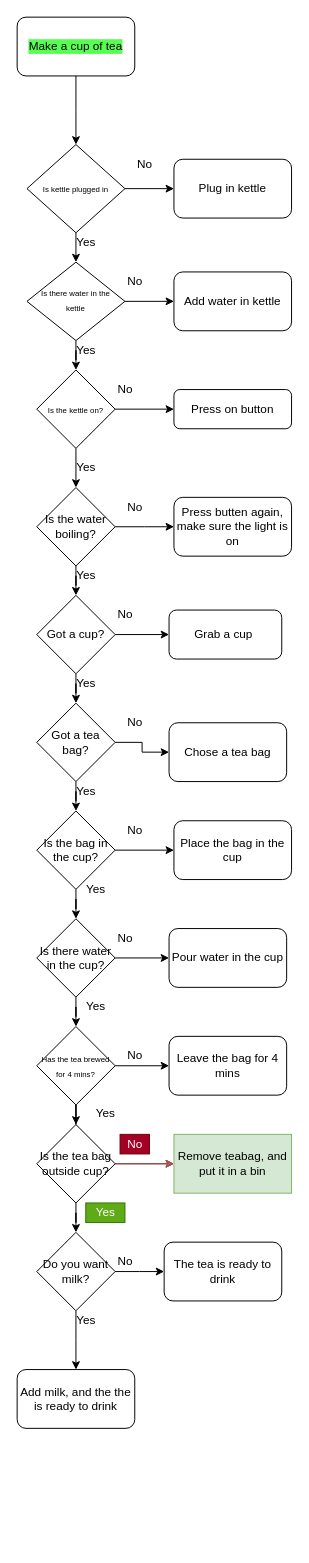
Above: Untitled Diagram.drawio in shic0/Flowchart (draw.io), before the change. Source tidied: cells renumbered, new cells numbered last; positions are measured from the earlier drawing's top-left corner, leaving out a move shared by most shapes. Both pictures are drawn from the tidied source at 98%, with x=0, y=0 at pixel (17, 17).
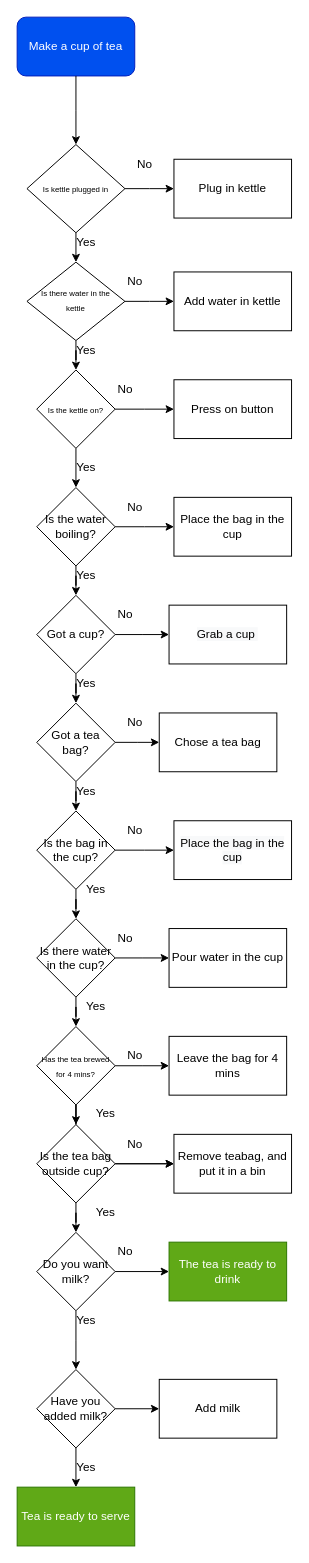
The same page after the edit.

The change refers to these unchanged cells:
```xml
<mxCell id="5" value="&lt;font style=&quot;font-size: 8px&quot;&gt;Is there water in the kettle&lt;/font&gt;" style="rhombus;whiteSpace=wrap;html=1;shadow=0;fontFamily=Helvetica;fontSize=12;align=center;strokeWidth=1;spacing=6;spacingTop=-4;" parent="1" vertex="1">
  <mxGeometry x="10" y="250" width="100" height="80" as="geometry" />
</mxCell>
<mxCell id="11" value="&lt;font style=&quot;font-size: 8px&quot;&gt;Is the kettle on?&lt;/font&gt;" style="rhombus;whiteSpace=wrap;html=1;" parent="1" vertex="1">
  <mxGeometry x="20" y="360" width="80" height="80" as="geometry" />
</mxCell>
<mxCell id="14" value="&lt;font style=&quot;font-size: 8px&quot;&gt;Is kettle plugged in&lt;/font&gt;" style="rhombus;whiteSpace=wrap;html=1;" parent="1" vertex="1">
  <mxGeometry x="10" y="130" width="100" height="90" as="geometry" />
</mxCell>
<mxCell id="28" value="Got a cup?" style="rhombus;whiteSpace=wrap;html=1;" parent="1" vertex="1">
  <mxGeometry x="20" y="590" width="80" height="80" as="geometry" />
</mxCell>
<mxCell id="35" value="Got a tea bag?" style="rhombus;whiteSpace=wrap;html=1;" parent="1" vertex="1">
  <mxGeometry x="20" y="700" width="80" height="80" as="geometry" />
</mxCell>
<mxCell id="41" value="Is the bag in the cup?" style="rhombus;whiteSpace=wrap;html=1;" parent="1" vertex="1">
  <mxGeometry x="20" y="810" width="80" height="80" as="geometry" />
</mxCell>
<mxCell id="47" value="Is there water in the cup?" style="rhombus;whiteSpace=wrap;html=1;" parent="1" vertex="1">
  <mxGeometry x="20" y="920" width="80" height="80" as="geometry" />
</mxCell>
<mxCell id="53" value="&lt;font style=&quot;font-size: 8px&quot;&gt;Has the tea brewed for 4 mins?&lt;/font&gt;" style="rhombus;whiteSpace=wrap;html=1;" parent="1" vertex="1">
  <mxGeometry x="20" y="1030" width="80" height="80" as="geometry" />
</mxCell>
<mxCell id="60" value="Is the tea bag outside cup?" style="rhombus;whiteSpace=wrap;html=1;" parent="1" vertex="1">
  <mxGeometry x="20" y="1130" width="80" height="80" as="geometry" />
</mxCell>
<mxCell id="64" value="Do you want milk?" style="rhombus;whiteSpace=wrap;html=1;" parent="1" vertex="1">
  <mxGeometry x="20" y="1240" width="80" height="80" as="geometry" />
</mxCell>
```

The edit, as a diff of the source:
```diff
@@
-    <mxCell id="2" value="Make a cup of tea" style="rounded=1;whiteSpace=wrap;html=1;labelBackgroundColor=#57FF52;labelBorderColor=none;" parent="1" vertex="1">
+    <mxCell id="2" value="Make a cup of tea" style="rounded=1;whiteSpace=wrap;html=1;labelBorderColor=none;fillColor=#0050ef;strokeColor=#001DBC;fontColor=#ffffff;" parent="1" vertex="1">
       <mxGeometry width="120" height="60" as="geometry" />
     </mxCell>
@@
-    <mxCell id="4" style="edgeStyle=orthogonalEdgeStyle;rounded=0;jettySize=auto;html=1;exitX=1;exitY=0.5;exitDx=0;exitDy=0;entryX=0;entryY=0.5;entryDx=0;entryDy=0;" parent="1" edge="1" source="5" target="7">
-      <mxGeometry relative="1" as="geometry" />
+    <mxCell id="4" style="edgeStyle=orthogonalEdgeStyle;rounded=0;jettySize=auto;html=1;exitX=1;exitY=0.5;exitDx=0;exitDy=0;entryX=0;entryY=0.5;entryDx=0;entryDy=0;" parent="1" edge="1" source="5">
+      <mxGeometry relative="1" as="geometry">
+        <mxPoint x="160" y="290" as="targetPoint" />
+      </mxGeometry>
     </mxCell>
@@
-    <mxCell id="6" value="Press on button" style="rounded=1;whiteSpace=wrap;html=1;fontSize=12;glass=0;strokeWidth=1;shadow=0;" parent="1" vertex="1">
-      <mxGeometry x="160" y="380" width="120" height="40" as="geometry" />
-    </mxCell>
-    <mxCell id="7" value="Add water in kettle" style="rounded=1;whiteSpace=wrap;html=1;" parent="1" vertex="1">
-      <mxGeometry x="160" y="260" width="120" height="60" as="geometry" />
-    </mxCell>
@@
-    <mxCell id="9" style="edgeStyle=orthogonalEdgeStyle;rounded=0;jettySize=auto;html=1;exitX=1;exitY=0.5;exitDx=0;exitDy=0;" parent="1" edge="1" source="11" target="6">
-      <mxGeometry relative="1" as="geometry" />
+    <mxCell id="9" style="edgeStyle=orthogonalEdgeStyle;rounded=0;jettySize=auto;html=1;exitX=1;exitY=0.5;exitDx=0;exitDy=0;" parent="1" edge="1" source="11">
+      <mxGeometry relative="1" as="geometry">
+        <mxPoint x="160" y="400" as="targetPoint" />
+      </mxGeometry>
     </mxCell>
@@
-    <mxCell id="12" style="edgeStyle=orthogonalEdgeStyle;rounded=0;jettySize=auto;html=1;" parent="1" edge="1" source="14" target="15">
-      <mxGeometry relative="1" as="geometry" />
+    <mxCell id="12" style="edgeStyle=orthogonalEdgeStyle;rounded=0;jettySize=auto;html=1;" parent="1" edge="1" source="14">
+      <mxGeometry relative="1" as="geometry">
+        <mxPoint x="160" y="175" as="targetPoint" />
+      </mxGeometry>
     </mxCell>
@@
-    <mxCell id="15" value="Plug in kettle" style="rounded=1;whiteSpace=wrap;html=1;" parent="1" vertex="1">
-      <mxGeometry x="160" y="145" width="120" height="60" as="geometry" />
-    </mxCell>
@@
-    <mxCell id="26" style="edgeStyle=orthogonalEdgeStyle;rounded=0;jettySize=auto;html=1;exitX=1;exitY=0.5;exitDx=0;exitDy=0;entryX=0;entryY=0.5;entryDx=0;entryDy=0;" parent="1" edge="1" source="28" target="29">
-      <mxGeometry relative="1" as="geometry" />
+    <mxCell id="26" style="edgeStyle=orthogonalEdgeStyle;rounded=0;jettySize=auto;html=1;exitX=1;exitY=0.5;exitDx=0;exitDy=0;entryX=0;entryY=0.5;entryDx=0;entryDy=0;" parent="1" edge="1" source="28">
+      <mxGeometry relative="1" as="geometry">
+        <mxPoint x="155" y="630" as="targetPoint" />
+      </mxGeometry>
     </mxCell>
@@
-    <mxCell id="29" value="Grab a cup&amp;nbsp;" style="rounded=1;whiteSpace=wrap;html=1;" parent="1" vertex="1">
-      <mxGeometry x="155" y="605" width="115" height="50" as="geometry" />
-    </mxCell>
@@
-    <mxCell id="31" value="Press butten again, make sure the light is on" style="rounded=1;whiteSpace=wrap;html=1;" parent="1" vertex="1">
-      <mxGeometry x="160" y="490" width="120" height="60" as="geometry" />
-    </mxCell>
@@
-    <mxCell id="33" style="edgeStyle=orthogonalEdgeStyle;rounded=0;jettySize=auto;html=1;" parent="1" edge="1" source="35" target="36">
-      <mxGeometry relative="1" as="geometry" />
-    </mxCell>
@@
+    <mxCell id="72" style="edgeStyle=orthogonalEdgeStyle;rounded=0;jettySize=auto;html=1;" parent="1" edge="1" source="35">
+      <mxGeometry relative="1" as="geometry">
+        <mxPoint x="145" y="740" as="targetPoint" />
+      </mxGeometry>
+    </mxCell>
@@
-    <mxCell id="36" value="Chose a tea bag" style="rounded=1;whiteSpace=wrap;html=1;" parent="1" vertex="1">
-      <mxGeometry x="155" y="720" width="120" height="60" as="geometry" />
-    </mxCell>
@@
-    <mxCell id="39" style="edgeStyle=orthogonalEdgeStyle;rounded=0;jettySize=auto;html=1;" parent="1" edge="1" source="41" target="42">
-      <mxGeometry relative="1" as="geometry" />
+    <mxCell id="39" style="edgeStyle=orthogonalEdgeStyle;rounded=0;jettySize=auto;html=1;" parent="1" edge="1" source="41">
+      <mxGeometry relative="1" as="geometry">
+        <mxPoint x="160" y="850" as="targetPoint" />
+      </mxGeometry>
     </mxCell>
@@
-    <mxCell id="42" value="Place the bag in the cup" style="rounded=1;whiteSpace=wrap;html=1;" parent="1" vertex="1">
-      <mxGeometry x="160" y="820" width="120" height="60" as="geometry" />
-    </mxCell>
@@
-    <mxCell id="45" style="edgeStyle=orthogonalEdgeStyle;rounded=0;jettySize=auto;html=1;" parent="1" edge="1" source="47" target="49">
-      <mxGeometry relative="1" as="geometry" />
+    <mxCell id="45" style="edgeStyle=orthogonalEdgeStyle;rounded=0;jettySize=auto;html=1;" parent="1" edge="1" source="47">
+      <mxGeometry relative="1" as="geometry">
+        <mxPoint x="155" y="960" as="targetPoint" />
+      </mxGeometry>
     </mxCell>
@@
-    <mxCell id="49" value="Pour water in the cup" style="rounded=1;whiteSpace=wrap;html=1;" parent="1" vertex="1">
-      <mxGeometry x="155" y="930" width="120" height="60" as="geometry" />
-    </mxCell>
@@
-    <mxCell id="51" style="edgeStyle=orthogonalEdgeStyle;rounded=0;jettySize=auto;html=1;" parent="1" edge="1" source="53" target="54">
-      <mxGeometry relative="1" as="geometry" />
+    <mxCell id="51" style="edgeStyle=orthogonalEdgeStyle;rounded=0;jettySize=auto;html=1;" parent="1" edge="1" source="53">
+      <mxGeometry relative="1" as="geometry">
+        <mxPoint x="155" y="1070" as="targetPoint" />
+      </mxGeometry>
     </mxCell>
@@
-    <mxCell id="54" value="Leave the bag for 4 mins" style="rounded=1;whiteSpace=wrap;html=1;" parent="1" vertex="1">
-      <mxGeometry x="155" y="1040" width="120" height="60" as="geometry" />
-    </mxCell>
@@
-    <mxCell id="58" style="edgeStyle=orthogonalEdgeStyle;rounded=0;jettySize=auto;html=1;fillColor=#f8cecc;strokeColor=#b85450;" parent="1" edge="1" source="60" target="65">
+    <mxCell id="58" style="edgeStyle=orthogonalEdgeStyle;rounded=0;jettySize=auto;html=1;" parent="1" edge="1" source="60" target="65">
       <mxGeometry relative="1" as="geometry" />
     </mxCell>
@@
-    <mxCell id="62" style="edgeStyle=orthogonalEdgeStyle;rounded=0;jettySize=auto;html=1;" parent="1" edge="1" source="64">
-      <mxGeometry relative="1" as="geometry">
-        <mxPoint x="150" y="1280" as="targetPoint" />
-      </mxGeometry>
-    </mxCell>
@@
+    <mxCell id="73" style="edgeStyle=orthogonalEdgeStyle;curved=0;rounded=1;sketch=0;jettySize=auto;html=1;" parent="1" edge="1" source="64" target="70">
+      <mxGeometry relative="1" as="geometry" />
+    </mxCell>
@@
-    <mxCell id="65" value="Remove teabag, and put it in a bin" style="whiteSpace=wrap;html=1;fillColor=#d5e8d4;strokeColor=#82b366;" parent="1" vertex="1">
+    <mxCell id="65" value="Remove teabag, and put it in a bin" style="whiteSpace=wrap;html=1;" parent="1" vertex="1">
       <mxGeometry x="160" y="1140" width="120" height="60" as="geometry" />
     </mxCell>
-    <mxCell id="66" value="No" style="text;html=1;align=center;verticalAlign=middle;fillColor=#a20025;strokeColor=#6F0000;fontColor=#ffffff;" parent="1" vertex="1">
+    <mxCell id="66" value="No" style="text;html=1;align=center;verticalAlign=middle;" parent="1" vertex="1">
       <mxGeometry x="105" y="1140" width="30" height="20" as="geometry" />
     </mxCell>
-    <mxCell id="67" value="Yes" style="text;html=1;align=center;verticalAlign=middle;fillColor=#60a917;strokeColor=#2D7600;fontColor=#ffffff;" parent="1" vertex="1">
+    <mxCell id="67" value="Yes" style="text;html=1;align=center;verticalAlign=middle;" parent="1" vertex="1">
       <mxGeometry x="70" y="1210" width="40" height="20" as="geometry" />
     </mxCell>
     <mxCell id="68" value="No" style="text;html=1;align=center;verticalAlign=middle;" parent="1" vertex="1">
-      <mxGeometry x="95" y="1260" width="30" height="20" as="geometry" />
+      <mxGeometry x="95" y="1250" width="30" height="20" as="geometry" />
     </mxCell>
@@
+    <mxCell id="36" value="&lt;span style=&quot;background-color: rgb(255 , 255 , 255)&quot;&gt;Chose a tea bag&lt;/span&gt;" style="rounded=0;whiteSpace=wrap;html=1;" parent="1" vertex="1">
+      <mxGeometry x="145" y="710" width="120" height="60" as="geometry" />
+    </mxCell>
+    <mxCell id="74" value="&lt;span style=&quot;color: rgb(0, 0, 0); font-family: helvetica; font-size: 12px; font-style: normal; font-weight: 400; letter-spacing: normal; text-align: center; text-indent: 0px; text-transform: none; word-spacing: 0px; background-color: rgb(248, 249, 250); display: inline; float: none;&quot;&gt;Place the bag in the cup&lt;/span&gt;" style="rounded=0;whiteSpace=wrap;html=1;" parent="1" vertex="1">
+      <mxGeometry x="160" y="820" width="120" height="60" as="geometry" />
+    </mxCell>
+    <mxCell id="75" value="&lt;span&gt;Place the bag in the cup&lt;/span&gt;" style="rounded=0;whiteSpace=wrap;html=1;sketch=0;" parent="1" vertex="1">
+      <mxGeometry x="160" y="490" width="120" height="60" as="geometry" />
+    </mxCell>
+    <mxCell id="29" value="&lt;span style=&quot;color: rgb(0, 0, 0); font-family: helvetica; font-size: 12px; font-style: normal; font-weight: 400; letter-spacing: normal; text-align: center; text-indent: 0px; text-transform: none; word-spacing: 0px; background-color: rgb(248, 249, 250); display: inline; float: none;&quot;&gt;Grab a cup&amp;nbsp;&lt;/span&gt;" style="rounded=0;whiteSpace=wrap;html=1;sketch=0;" parent="1" vertex="1">
+      <mxGeometry x="155" y="600" width="120" height="60" as="geometry" />
+    </mxCell>
+    <mxCell id="49" value="&lt;span&gt;Pour water in the cup&lt;/span&gt;" style="rounded=0;whiteSpace=wrap;html=1;sketch=0;" parent="1" vertex="1">
+      <mxGeometry x="155" y="930" width="120" height="60" as="geometry" />
+    </mxCell>
+    <mxCell id="54" value="&lt;span&gt;Leave the bag for 4 mins&lt;/span&gt;" style="rounded=0;whiteSpace=wrap;html=1;sketch=0;" parent="1" vertex="1">
+      <mxGeometry x="155" y="1040" width="120" height="60" as="geometry" />
+    </mxCell>
-    <mxCell id="70" value="The tea is ready to drink" style="rounded=1;whiteSpace=wrap;html=1;" parent="1" vertex="1">
-      <mxGeometry x="150" y="1250" width="120" height="60" as="geometry" />
+    <mxCell id="70" value="&lt;span&gt;The tea is ready to drink&lt;/span&gt;" style="rounded=0;whiteSpace=wrap;html=1;sketch=0;fillColor=#60a917;strokeColor=#2D7600;fontColor=#ffffff;" parent="1" vertex="1">
+      <mxGeometry x="155" y="1250" width="120" height="60" as="geometry" />
     </mxCell>
-    <mxCell id="71" value="Add milk, and the the is ready to drink" style="rounded=1;whiteSpace=wrap;html=1;" parent="1" vertex="1">
-      <mxGeometry y="1380" width="120" height="60" as="geometry" />
-    </mxCell>
+    <mxCell id="15" value="&lt;span&gt;Plug in kettle&lt;/span&gt;" style="rounded=0;whiteSpace=wrap;html=1;sketch=0;" parent="1" vertex="1">
+      <mxGeometry x="160" y="145" width="120" height="60" as="geometry" />
+    </mxCell>
+    <mxCell id="7" value="&lt;span&gt;Add water in kettle&lt;/span&gt;" style="rounded=0;whiteSpace=wrap;html=1;sketch=0;" parent="1" vertex="1">
+      <mxGeometry x="160" y="260" width="120" height="60" as="geometry" />
+    </mxCell>
+    <mxCell id="6" value="&lt;span&gt;Press on button&lt;/span&gt;" style="rounded=0;whiteSpace=wrap;html=1;sketch=0;" parent="1" vertex="1">
+      <mxGeometry x="160" y="370" width="120" height="60" as="geometry" />
+    </mxCell>
+    <mxCell id="76" value="Tea is ready to serve" style="rounded=0;whiteSpace=wrap;html=1;sketch=0;fillColor=#60a917;strokeColor=#2D7600;fontColor=#ffffff;" parent="1" vertex="1">
+      <mxGeometry y="1500" width="120" height="60" as="geometry" />
+    </mxCell>
+    <mxCell id="77" style="edgeStyle=orthogonalEdgeStyle;curved=0;rounded=1;sketch=0;jettySize=auto;html=1;" parent="1" edge="1" source="79" target="76">
+      <mxGeometry relative="1" as="geometry" />
+    </mxCell>
+    <mxCell id="78" style="edgeStyle=orthogonalEdgeStyle;curved=0;rounded=1;sketch=0;jettySize=auto;html=1;exitX=1;exitY=0.5;exitDx=0;exitDy=0;entryX=0;entryY=0.5;entryDx=0;entryDy=0;" parent="1" edge="1" source="79" target="81">
+      <mxGeometry relative="1" as="geometry" />
+    </mxCell>
+    <mxCell id="79" value="Have you added milk?" style="rhombus;whiteSpace=wrap;html=1;rounded=0;sketch=0;" parent="1" vertex="1">
+      <mxGeometry x="20" y="1380" width="80" height="80" as="geometry" />
+    </mxCell>
+    <mxCell id="80" value="Yes" style="text;html=1;align=center;verticalAlign=middle;" parent="1" vertex="1">
+      <mxGeometry x="50" y="1470" width="40" height="20" as="geometry" />
+    </mxCell>
+    <mxCell id="81" value="Add milk" style="rounded=0;whiteSpace=wrap;html=1;sketch=0;" parent="1" vertex="1">
+      <mxGeometry x="145" y="1390" width="120" height="60" as="geometry" />
+    </mxCell>
```
